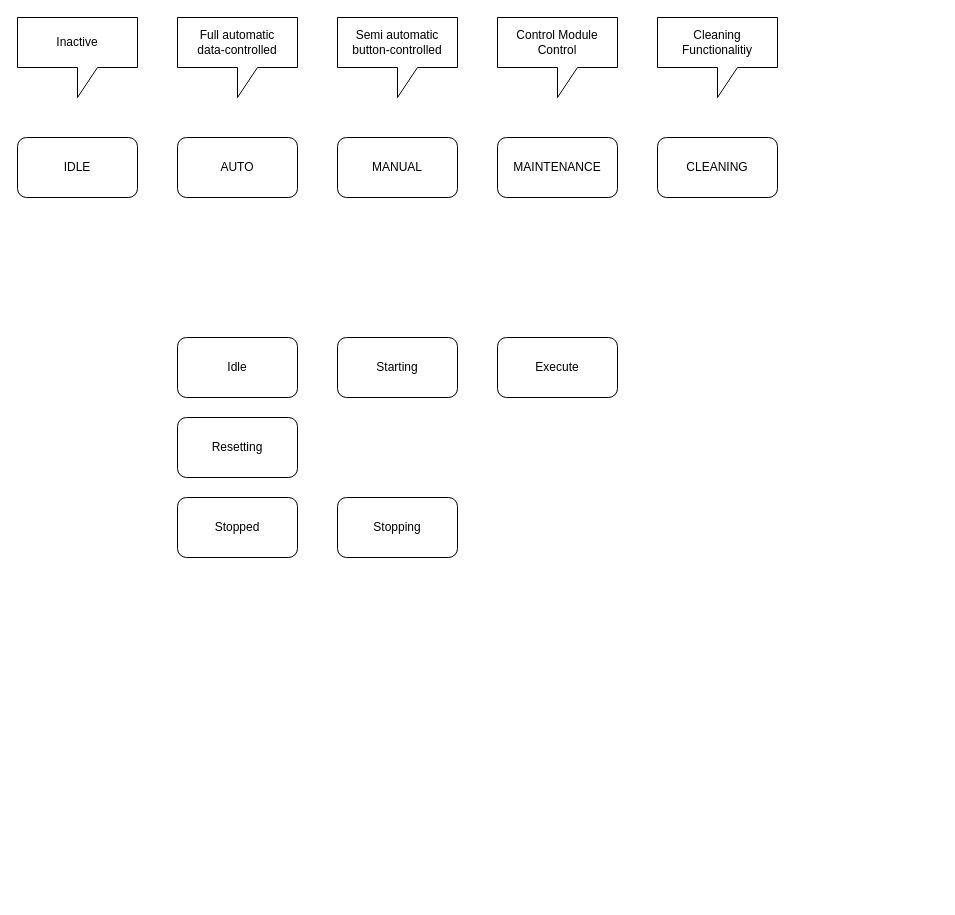
Before: Documentation/Praatplaatje mode en states.drawio in KMWE/KMWE_CleanroomConnect, a draw.io diagram. Source tidied: cells renumbered, new cells numbered last; positions are measured from the earlier drawing's top-left corner, leaving out a move shared by most shapes. Both pictures are drawn from the tidied source at 100%, with x=0, y=0 at pixel (17, 17).
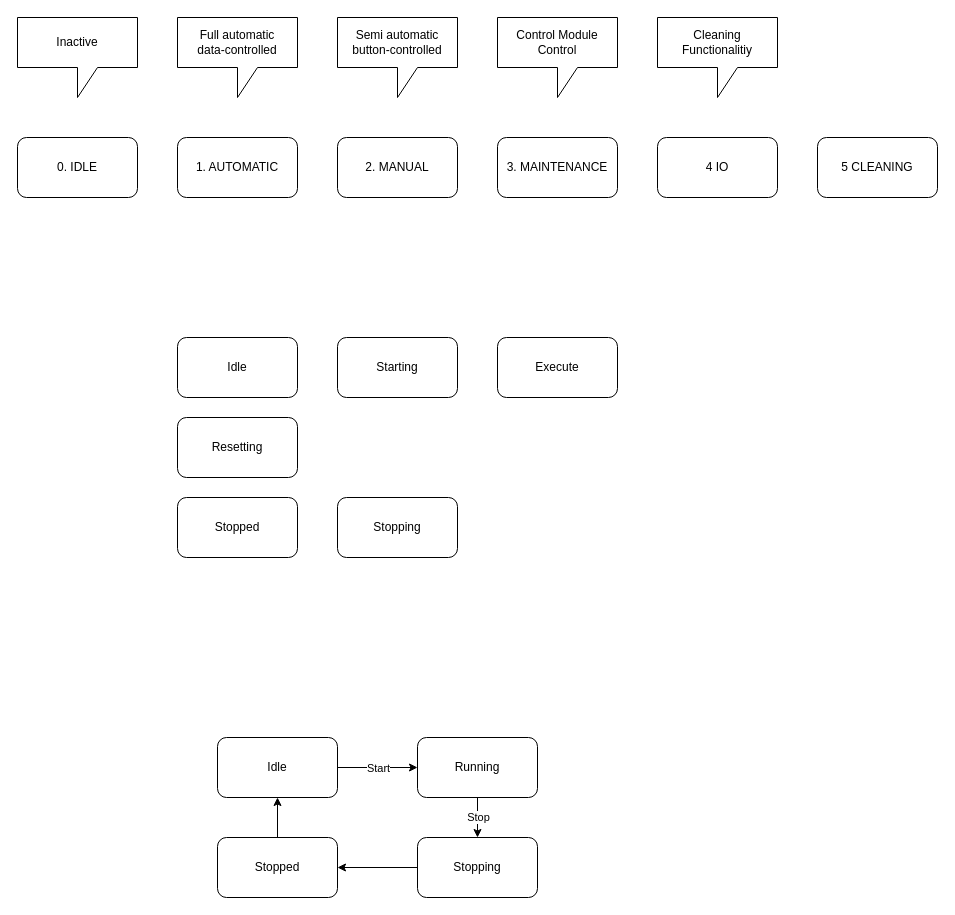
Above is the later version.

What changed in the source:
```diff
@@
-    <mxCell id="2" value="IDLE" style="rounded=1;whiteSpace=wrap;html=1;" parent="1" vertex="1">
+    <mxCell id="2" value="0. IDLE" style="rounded=1;whiteSpace=wrap;html=1;" parent="1" vertex="1">
       <mxGeometry y="120" width="120" height="60" as="geometry" />
     </mxCell>
-    <mxCell id="3" value="MANUAL" style="rounded=1;whiteSpace=wrap;html=1;" parent="1" vertex="1">
+    <mxCell id="3" value="2. MANUAL" style="rounded=1;whiteSpace=wrap;html=1;" parent="1" vertex="1">
       <mxGeometry x="320" y="120" width="120" height="60" as="geometry" />
     </mxCell>
-    <mxCell id="4" value="AUTO" style="rounded=1;whiteSpace=wrap;html=1;" parent="1" vertex="1">
+    <mxCell id="4" value="1. AUTOMATIC" style="rounded=1;whiteSpace=wrap;html=1;" parent="1" vertex="1">
       <mxGeometry x="160" y="120" width="120" height="60" as="geometry" />
     </mxCell>
-    <mxCell id="5" value="MAINTENANCE" style="rounded=1;whiteSpace=wrap;html=1;" parent="1" vertex="1">
+    <mxCell id="5" value="3. MAINTENANCE" style="rounded=1;whiteSpace=wrap;html=1;" parent="1" vertex="1">
       <mxGeometry x="480" y="120" width="120" height="60" as="geometry" />
     </mxCell>
-    <mxCell id="6" value="CLEANING" style="rounded=1;whiteSpace=wrap;html=1;" parent="1" vertex="1">
+    <mxCell id="6" value="4 IO" style="rounded=1;whiteSpace=wrap;html=1;" parent="1" vertex="1">
       <mxGeometry x="640" y="120" width="120" height="60" as="geometry" />
     </mxCell>
@@
+    <mxCell id="18" value="Stopped" style="rounded=1;whiteSpace=wrap;html=1;" parent="1" vertex="1">
+      <mxGeometry x="200" y="820" width="120" height="60" as="geometry" />
+    </mxCell>
+    <mxCell id="19" value="Stopping" style="rounded=1;whiteSpace=wrap;html=1;" parent="1" vertex="1">
+      <mxGeometry x="400" y="820" width="120" height="60" as="geometry" />
+    </mxCell>
+    <mxCell id="20" value="Idle" style="rounded=1;whiteSpace=wrap;html=1;" parent="1" vertex="1">
+      <mxGeometry x="200" y="720" width="120" height="60" as="geometry" />
+    </mxCell>
+    <mxCell id="21" value="Running" style="rounded=1;whiteSpace=wrap;html=1;" parent="1" vertex="1">
+      <mxGeometry x="400" y="720" width="120" height="60" as="geometry" />
+    </mxCell>
+    <mxCell id="22" style="endArrow=classic;html=1;rounded=0;" parent="1" edge="1" source="20" target="21">
+      <mxGeometry relative="1" as="geometry" />
+    </mxCell>
+    <mxCell id="23" value="Start" style="edgeLabel;html=1;align=center;verticalAlign=middle;" parent="22" vertex="1">
+      <mxGeometry x="-0.36" y="-1" relative="1" as="geometry">
+        <mxPoint x="14" y="-1" as="offset" />
+      </mxGeometry>
+    </mxCell>
+    <mxCell id="24" style="endArrow=classic;html=1;rounded=0;" parent="1" edge="1" source="21" target="19">
+      <mxGeometry relative="1" as="geometry" />
+    </mxCell>
+    <mxCell id="25" value="Stop" style="edgeLabel;html=1;align=center;verticalAlign=middle;" parent="24" vertex="1">
+      <mxGeometry x="-0.05" y="1" relative="1" as="geometry">
+        <mxPoint x="-1" as="offset" />
+      </mxGeometry>
+    </mxCell>
+    <mxCell id="26" style="endArrow=classic;html=1;rounded=0;" parent="1" edge="1" source="19" target="18">
+      <mxGeometry relative="1" as="geometry" />
+    </mxCell>
+    <mxCell id="27" style="endArrow=classic;html=1;rounded=0;" parent="1" edge="1" source="18" target="20">
+      <mxGeometry relative="1" as="geometry" />
+    </mxCell>
+    <mxCell id="28" value="5 CLEANING" style="rounded=1;whiteSpace=wrap;html=1;" parent="1" vertex="1">
+      <mxGeometry x="800" y="120" width="120" height="60" as="geometry" />
+    </mxCell>
```
